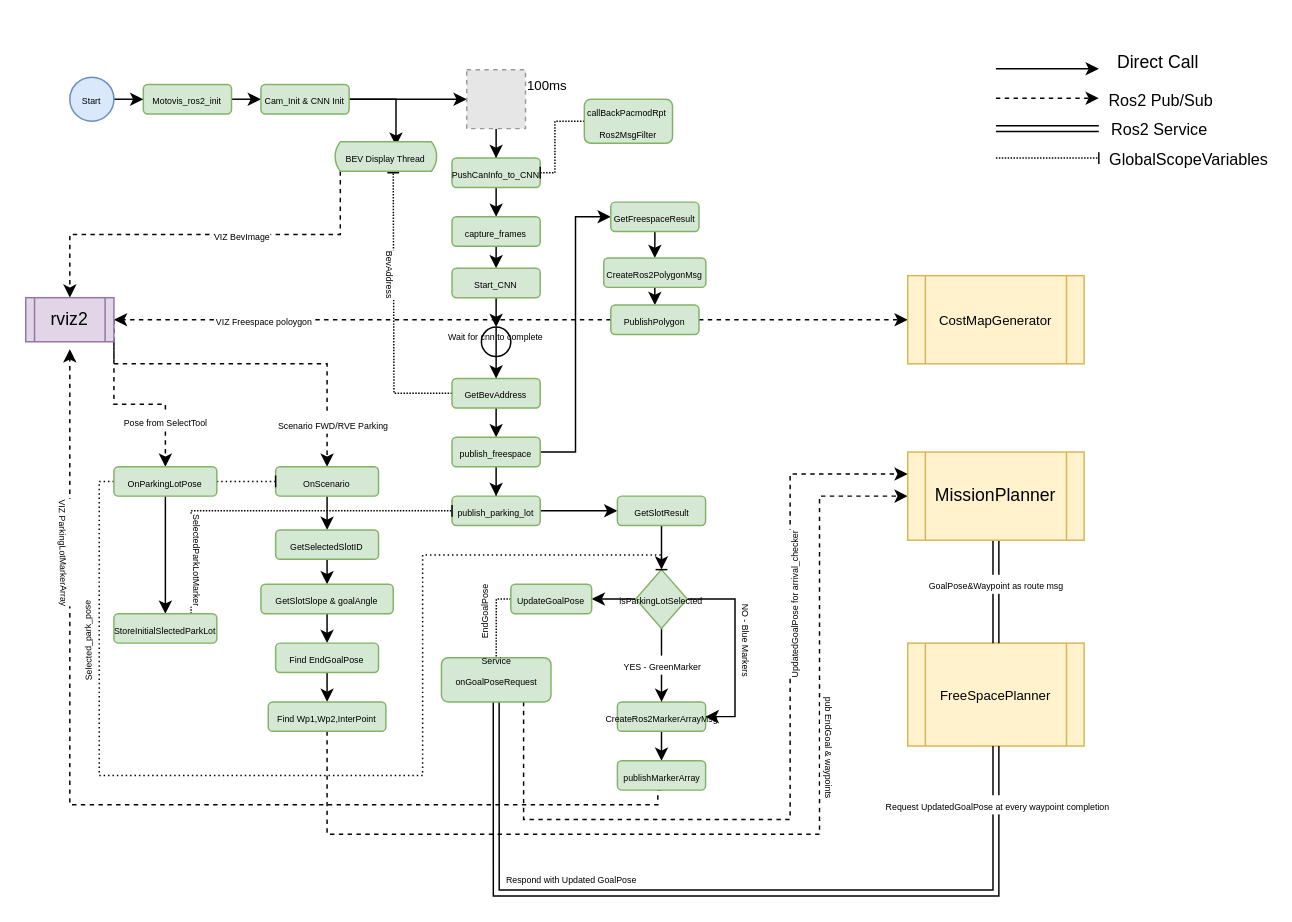
Before: motovis_interface_flow.drawio in Narendarselva/autoware_docs, a draw.io diagram. Source tidied: cells renumbered, new cells numbered last; positions are measured from the earlier drawing's top-left corner, leaving out a move shared by most shapes. Both pictures are drawn from the tidied source at 147%, with x=0, y=0 at pixel (25, 40). Pictures stored in the file or linked from it are replaced by grey dashed boxes.
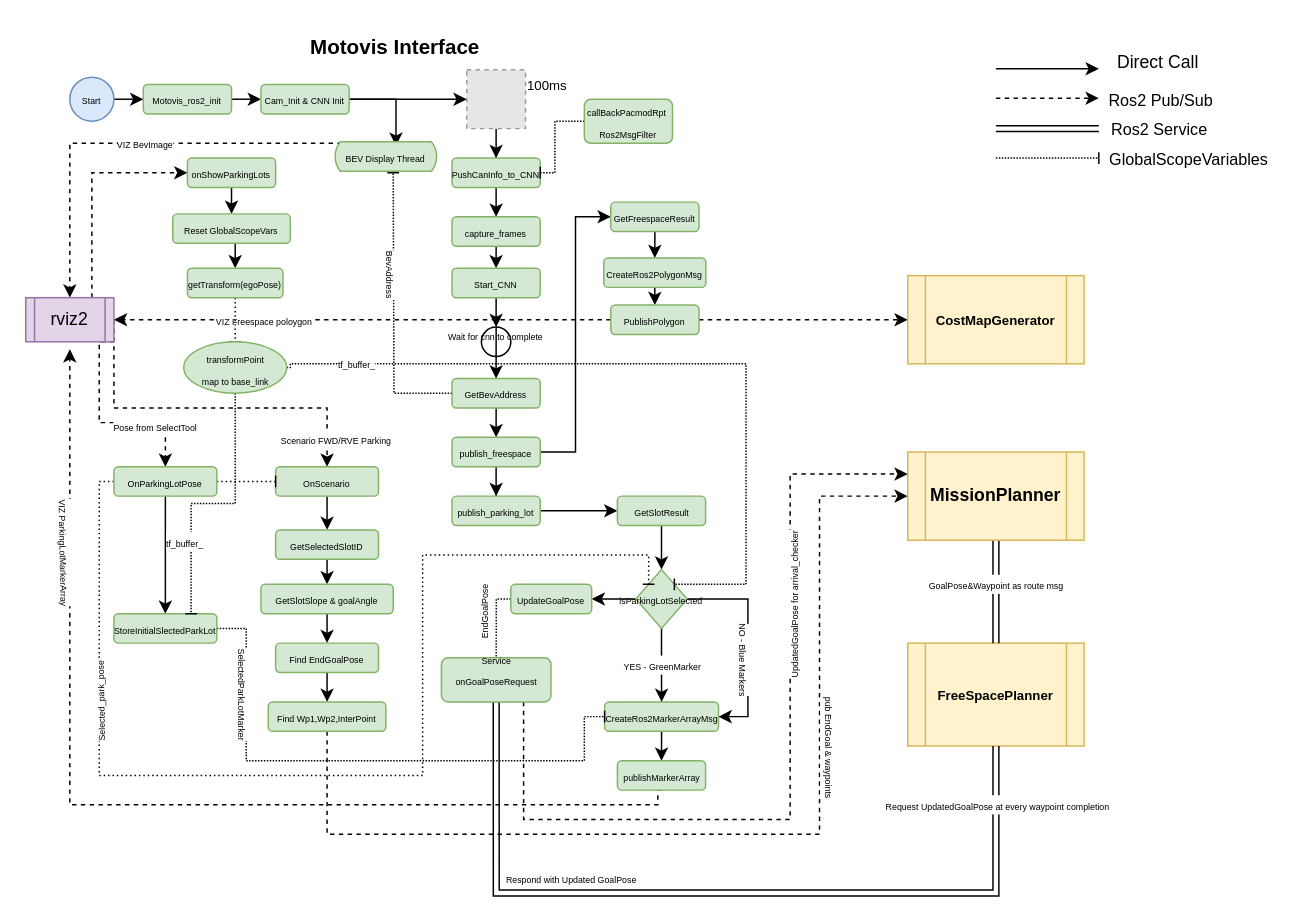
Above is the later version.

The change refers to these unchanged cells:
```xml
<mxCell id="28" value="&lt;font style=&quot;font-size: 6px;&quot;&gt;BEV Display Thread&lt;/font&gt;" style="html=1;dashed=0;whiteSpace=wrap;shape=mxgraph.dfd.loop;fillColor=#d5e8d4;strokeColor=#82b366;" parent="1" vertex="1">
  <mxGeometry x="210" y="69" width="70" height="20" as="geometry" />
</mxCell>
<mxCell id="41" value="&lt;font style=&quot;font-size: 6px;&quot;&gt;publish_parking_lot&lt;/font&gt;" style="rounded=1;whiteSpace=wrap;html=1;fillColor=#d5e8d4;strokeColor=#82b366;" parent="1" vertex="1">
  <mxGeometry x="290" y="310" width="60" height="20" as="geometry" />
</mxCell>
<mxCell id="46" value="rviz2" style="shape=process;whiteSpace=wrap;html=1;backgroundOutline=1;fillColor=#e1d5e7;strokeColor=#9673a6;" parent="1" vertex="1">
  <mxGeometry y="175" width="60" height="30" as="geometry" />
</mxCell>
<mxCell id="53" style="edgeStyle=orthogonalEdgeStyle;rounded=0;jettySize=auto;html=1;exitX=1;exitY=0.5;exitDx=0;exitDy=0;entryX=1;entryY=0.5;entryDx=0;entryDy=0;" parent="1" edge="1" source="56" target="50">
  <mxGeometry relative="1" as="geometry" />
</mxCell>
<mxCell id="56" value="&lt;font style=&quot;font-size: 6px;&quot;&gt;isParkingLotSelected&lt;/font&gt;" style="rhombus;whiteSpace=wrap;html=1;fillColor=#d5e8d4;strokeColor=#82b366;" parent="1" vertex="1">
  <mxGeometry x="415" y="360" width="35" height="40" as="geometry" />
</mxCell>
<mxCell id="61" value="&lt;font style=&quot;font-size: 6px;&quot;&gt;OnScenario&lt;/font&gt;" style="rounded=1;whiteSpace=wrap;html=1;fillColor=#d5e8d4;strokeColor=#82b366;" parent="1" vertex="1">
  <mxGeometry x="170" y="290" width="70" height="20" as="geometry" />
</mxCell>
<mxCell id="79" value="&lt;font style=&quot;font-size: 6px;&quot;&gt;OnParkingLotPose&lt;/font&gt;" style="rounded=1;whiteSpace=wrap;html=1;fillColor=#d5e8d4;strokeColor=#82b366;" parent="1" vertex="1">
  <mxGeometry x="60" y="290" width="70" height="20" as="geometry" />
</mxCell>
<mxCell id="101" value="&lt;font style=&quot;font-size: 6px;&quot;&gt;StoreInitialSlectedParkLot&lt;/font&gt;" style="rounded=1;whiteSpace=wrap;html=1;fillColor=#d5e8d4;strokeColor=#82b366;" parent="1" vertex="1">
  <mxGeometry x="60" y="390" width="70" height="20" as="geometry" />
</mxCell>
```

Change to the diagram source:
```diff
@@
     <mxCell id="26" style="edgeStyle=orthogonalEdgeStyle;rounded=0;jettySize=auto;html=1;exitX=0;exitY=0;exitDx=4;exitDy=20;exitPerimeter=0;dashed=1;" parent="1" edge="1" source="28" target="46">
-      <mxGeometry relative="1" as="geometry" />
+      <mxGeometry relative="1" as="geometry">
+        <Array as="points">
+          <mxPoint x="214" y="70" />
+          <mxPoint x="30" y="70" />
+        </Array>
+      </mxGeometry>
     </mxCell>
     <mxCell id="27" value="&lt;font style=&quot;font-size: 6px;&quot;&gt;VIZ BevImage&lt;/font&gt;" style="edgeLabel;html=1;align=center;verticalAlign=middle;" parent="26" vertex="1">
-      <mxGeometry x="-0.18" y="-1" relative="1" as="geometry" />
+      <mxGeometry x="-0.18" y="-1" relative="1" as="geometry">
+        <mxPoint x="-27" as="offset" />
+      </mxGeometry>
     </mxCell>
@@
-    <mxCell id="38" value="&lt;font style=&quot;font-size: 9px;&quot;&gt;CostMapGenerator&lt;/font&gt;" style="shape=process;whiteSpace=wrap;html=1;backgroundOutline=1;fillColor=#fff2cc;strokeColor=#d6b656;" parent="1" vertex="1">
+    <mxCell id="38" value="&lt;font style=&quot;font-size: 9px;&quot;&gt;&lt;b&gt;CostMapGenerator&lt;/b&gt;&lt;/font&gt;" style="shape=process;whiteSpace=wrap;html=1;backgroundOutline=1;fillColor=#fff2cc;strokeColor=#d6b656;" parent="1" vertex="1">
       <mxGeometry x="600" y="160" width="120" height="60" as="geometry" />
     </mxCell>
-    <mxCell id="39" value="&lt;font style=&quot;font-size: 9px;&quot;&gt;FreeSpacePlanner&lt;/font&gt;" style="shape=process;whiteSpace=wrap;html=1;backgroundOutline=1;fillColor=#fff2cc;strokeColor=#d6b656;" parent="1" vertex="1">
+    <mxCell id="39" value="&lt;font style=&quot;font-size: 9px;&quot;&gt;&lt;b&gt;FreeSpacePlanner&lt;/b&gt;&lt;/font&gt;" style="shape=process;whiteSpace=wrap;html=1;backgroundOutline=1;fillColor=#fff2cc;strokeColor=#d6b656;" parent="1" vertex="1">
       <mxGeometry x="600" y="410" width="120" height="70" as="geometry" />
     </mxCell>
@@
     <mxCell id="42" style="edgeStyle=orthogonalEdgeStyle;rounded=0;jettySize=auto;html=1;exitX=1;exitY=0.5;exitDx=0;exitDy=0;entryX=0.5;entryY=0;entryDx=0;entryDy=0;dashed=1;" parent="1" edge="1" source="46" target="61">
       <mxGeometry relative="1" as="geometry">
         <Array as="points">
-          <mxPoint x="60" y="220" />
-          <mxPoint x="205" y="220" />
+          <mxPoint x="60" y="250" />
+          <mxPoint x="205" y="250" />
         </Array>
       </mxGeometry>
     </mxCell>
     <mxCell id="43" value="&lt;font style=&quot;font-size: 6px;&quot;&gt;Scenario FWD/RVE Parking&lt;/font&gt;" style="edgeLabel;html=1;align=center;verticalAlign=middle;rotation=0;" parent="42" vertex="1">
       <mxGeometry x="0.26" relative="1" as="geometry">
-        <mxPoint x="24" y="40" as="offset" />
+        <mxPoint x="56" y="20" as="offset" />
       </mxGeometry>
     </mxCell>
     <mxCell id="44" style="edgeStyle=orthogonalEdgeStyle;rounded=0;jettySize=auto;html=1;exitX=1;exitY=1;exitDx=0;exitDy=0;dashed=1;" parent="1" edge="1" source="46" target="79">
-      <mxGeometry relative="1" as="geometry" />
+      <mxGeometry relative="1" as="geometry">
+        <Array as="points">
+          <mxPoint x="50" y="205" />
+          <mxPoint x="50" y="260" />
+          <mxPoint x="95" y="260" />
+        </Array>
+      </mxGeometry>
     </mxCell>
@@
+    <mxCell id="102" style="edgeStyle=orthogonalEdgeStyle;rounded=0;jettySize=auto;html=1;exitX=0.75;exitY=0;exitDx=0;exitDy=0;entryX=0;entryY=0.5;entryDx=0;entryDy=0;dashed=1;" parent="1" edge="1" source="46" target="104">
+      <mxGeometry relative="1" as="geometry" />
+    </mxCell>
@@
     <mxCell id="50" value="&lt;font style=&quot;font-size: 6px;&quot;&gt;CreateRos2MarkerArrayMsg&lt;/font&gt;" style="rounded=1;whiteSpace=wrap;html=1;fillColor=#d5e8d4;strokeColor=#82b366;" parent="1" vertex="1">
-      <mxGeometry x="402.5" y="450" width="60" height="20" as="geometry" />
+      <mxGeometry x="393.8" y="450" width="77.5" height="20" as="geometry" />
     </mxCell>
@@
     <mxCell id="54" value="&lt;font style=&quot;font-size: 6px;&quot;&gt;NO - Blue Markers&lt;/font&gt;" style="edgeLabel;html=1;align=center;verticalAlign=middle;rotation=90;" parent="53" vertex="1">
       <mxGeometry x="-0.14" y="-2" relative="1" as="geometry">
-        <mxPoint x="12" y="3" as="offset" />
+        <mxPoint x="1" y="21" as="offset" />
       </mxGeometry>
     </mxCell>
@@
-    <mxCell id="73" value="MissionPlanner" style="shape=process;whiteSpace=wrap;html=1;backgroundOutline=1;fillColor=#fff2cc;strokeColor=#d6b656;" parent="1" vertex="1">
+    <mxCell id="73" value="&lt;b&gt;MissionPlanner&lt;/b&gt;" style="shape=process;whiteSpace=wrap;html=1;backgroundOutline=1;fillColor=#fff2cc;strokeColor=#d6b656;" parent="1" vertex="1">
       <mxGeometry x="600" y="280" width="120" height="60" as="geometry" />
     </mxCell>
@@
-    <mxCell id="75" style="edgeStyle=orthogonalEdgeStyle;rounded=0;jettySize=auto;html=1;exitX=0;exitY=0.5;exitDx=0;exitDy=0;entryX=0.5;entryY=0;entryDx=0;entryDy=0;dashed=1;dashPattern=1 2;endArrow=baseDash;endFill=0;" parent="1" edge="1" source="79" target="56">
+    <mxCell id="75" style="edgeStyle=orthogonalEdgeStyle;rounded=0;jettySize=auto;html=1;exitX=0;exitY=0.5;exitDx=0;exitDy=0;entryX=0;entryY=0;entryDx=0;entryDy=0;dashed=1;dashPattern=1 2;endArrow=baseDash;endFill=0;" parent="1" edge="1" source="79" target="56">
       <mxGeometry relative="1" as="geometry">
         <Array as="points">
           <mxPoint x="50" y="300" />
           <mxPoint x="50" y="500" />
           <mxPoint x="270" y="500" />
           <mxPoint x="270" y="350" />
-          <mxPoint x="433" y="350" />
+          <mxPoint x="424" y="350" />
         </Array>
       </mxGeometry>
     </mxCell>
     <mxCell id="76" value="&lt;font style=&quot;font-size: 6px;&quot;&gt;Selected_park_pose&lt;/font&gt;" style="edgeLabel;html=1;align=center;verticalAlign=middle;rotation=-91;" parent="75" vertex="1">
       <mxGeometry x="-0.59" y="2" relative="1" as="geometry">
-        <mxPoint x="-11" y="-35" as="offset" />
+        <mxPoint x="-2" y="5" as="offset" />
       </mxGeometry>
     </mxCell>
@@
-    <mxCell id="99" style="edgeStyle=orthogonalEdgeStyle;rounded=0;jettySize=auto;html=1;exitX=0.75;exitY=0;exitDx=0;exitDy=0;dashed=1;dashPattern=1 1;endArrow=baseDash;endFill=0;" parent="1" edge="1" source="101" target="41">
+    <mxCell id="99" style="edgeStyle=orthogonalEdgeStyle;rounded=0;jettySize=auto;html=1;exitX=1;exitY=0.5;exitDx=0;exitDy=0;dashed=1;dashPattern=1 1;endArrow=baseDash;endFill=0;entryX=0;entryY=0.5;entryDx=0;entryDy=0;" parent="1" edge="1" source="101" target="50">
       <mxGeometry relative="1" as="geometry">
         <Array as="points">
-          <mxPoint x="113" y="320" />
+          <mxPoint x="150" y="400" />
+          <mxPoint x="150" y="490" />
+          <mxPoint x="380" y="490" />
+          <mxPoint x="380" y="460" />
         </Array>
       </mxGeometry>
     </mxCell>
     <mxCell id="100" value="&lt;font style=&quot;font-size: 6px;&quot;&gt;SelectedParkLotMarker&lt;/font&gt;" style="edgeLabel;html=1;align=center;verticalAlign=middle;rotation=90;" parent="99" vertex="1">
       <mxGeometry x="-0.65" relative="1" as="geometry">
-        <mxPoint x="7" y="6" as="offset" />
+        <mxPoint y="-3" as="offset" />
       </mxGeometry>
     </mxCell>
@@
+    <mxCell id="103" style="edgeStyle=orthogonalEdgeStyle;rounded=0;jettySize=auto;html=1;exitX=0.5;exitY=1;exitDx=0;exitDy=0;entryX=0.5;entryY=0;entryDx=0;entryDy=0;" parent="1" edge="1" source="104" target="106">
+      <mxGeometry relative="1" as="geometry" />
+    </mxCell>
+    <mxCell id="104" value="&lt;font style=&quot;font-size: 6px;&quot;&gt;onShowParkingLots&lt;/font&gt;" style="rounded=1;whiteSpace=wrap;html=1;fillColor=#d5e8d4;strokeColor=#82b366;" parent="1" vertex="1">
+      <mxGeometry x="110" y="80" width="60" height="20" as="geometry" />
+    </mxCell>
+    <mxCell id="105" style="edgeStyle=orthogonalEdgeStyle;rounded=0;jettySize=auto;html=1;exitX=0.5;exitY=1;exitDx=0;exitDy=0;entryX=0.5;entryY=0;entryDx=0;entryDy=0;" parent="1" edge="1" source="106" target="108">
+      <mxGeometry relative="1" as="geometry" />
+    </mxCell>
+    <mxCell id="106" value="&lt;font style=&quot;font-size: 6px;&quot;&gt;Reset GlobalScopeVars&lt;/font&gt;" style="rounded=1;whiteSpace=wrap;html=1;fillColor=#d5e8d4;strokeColor=#82b366;" parent="1" vertex="1">
+      <mxGeometry x="100" y="118" width="80" height="20" as="geometry" />
+    </mxCell>
+    <mxCell id="107" style="edgeStyle=orthogonalEdgeStyle;rounded=0;jettySize=auto;html=1;exitX=0.5;exitY=1;exitDx=0;exitDy=0;entryX=0.5;entryY=0;entryDx=0;entryDy=0;endArrow=baseDash;endFill=0;dashed=1;dashPattern=1 2;" parent="1" edge="1" source="108" target="113">
+      <mxGeometry relative="1" as="geometry" />
+    </mxCell>
+    <mxCell id="108" value="&lt;font style=&quot;font-size: 6px;&quot;&gt;getTransform(egoPose)&lt;/font&gt;" style="rounded=1;whiteSpace=wrap;html=1;fillColor=#d5e8d4;strokeColor=#82b366;" parent="1" vertex="1">
+      <mxGeometry x="110" y="155" width="65" height="20" as="geometry" />
+    </mxCell>
+    <mxCell id="109" style="edgeStyle=orthogonalEdgeStyle;rounded=0;jettySize=auto;html=1;exitX=0.5;exitY=1;exitDx=0;exitDy=0;entryX=0.75;entryY=0;entryDx=0;entryDy=0;endArrow=baseDash;endFill=0;dashed=1;dashPattern=1 1;" parent="1" edge="1" source="113" target="101">
+      <mxGeometry relative="1" as="geometry" />
+    </mxCell>
+    <mxCell id="110" value="&lt;font style=&quot;font-size: 6px;&quot;&gt;tf_buffer_&lt;/font&gt;" style="edgeLabel;html=1;align=center;verticalAlign=middle;" parent="109" vertex="1">
+      <mxGeometry x="-0.64" relative="1" as="geometry">
+        <mxPoint x="-35" y="68" as="offset" />
+      </mxGeometry>
+    </mxCell>
+    <mxCell id="111" style="edgeStyle=orthogonalEdgeStyle;rounded=0;jettySize=auto;html=1;exitX=1;exitY=0.5;exitDx=0;exitDy=0;entryX=1;entryY=0;entryDx=0;entryDy=0;dashed=1;dashPattern=1 1;endArrow=baseDash;endFill=0;" parent="1" edge="1" source="113" target="56">
+      <mxGeometry relative="1" as="geometry">
+        <Array as="points">
+          <mxPoint x="180" y="220" />
+          <mxPoint x="490" y="220" />
+          <mxPoint x="490" y="370" />
+        </Array>
+      </mxGeometry>
+    </mxCell>
+    <mxCell id="112" value="&lt;font style=&quot;font-size: 6px;&quot;&gt;tf_buffer_&lt;/font&gt;" style="edgeLabel;html=1;align=center;verticalAlign=middle;" parent="111" vertex="1">
+      <mxGeometry x="-0.81" y="2" relative="1" as="geometry" />
+    </mxCell>
+    <mxCell id="113" value="&lt;font style=&quot;font-size: 6px;&quot;&gt;transformPoint&lt;br&gt;map to base_link&lt;br&gt;&lt;/font&gt;" style="ellipse;whiteSpace=wrap;html=1;fillColor=#d5e8d4;strokeColor=#82b366;" parent="1" vertex="1">
+      <mxGeometry x="107.5" y="205" width="70" height="35" as="geometry" />
+    </mxCell>
+    <mxCell id="114" value="&lt;b&gt;&lt;font style=&quot;font-size: 14px;&quot;&gt;Motovis Interface&lt;/font&gt;&lt;/b&gt;" style="text;html=1;strokeColor=none;fillColor=none;align=center;verticalAlign=middle;whiteSpace=wrap;rounded=0;" parent="1" vertex="1">
+      <mxGeometry x="175" y="-10" width="152.5" height="30" as="geometry" />
+    </mxCell>
```
